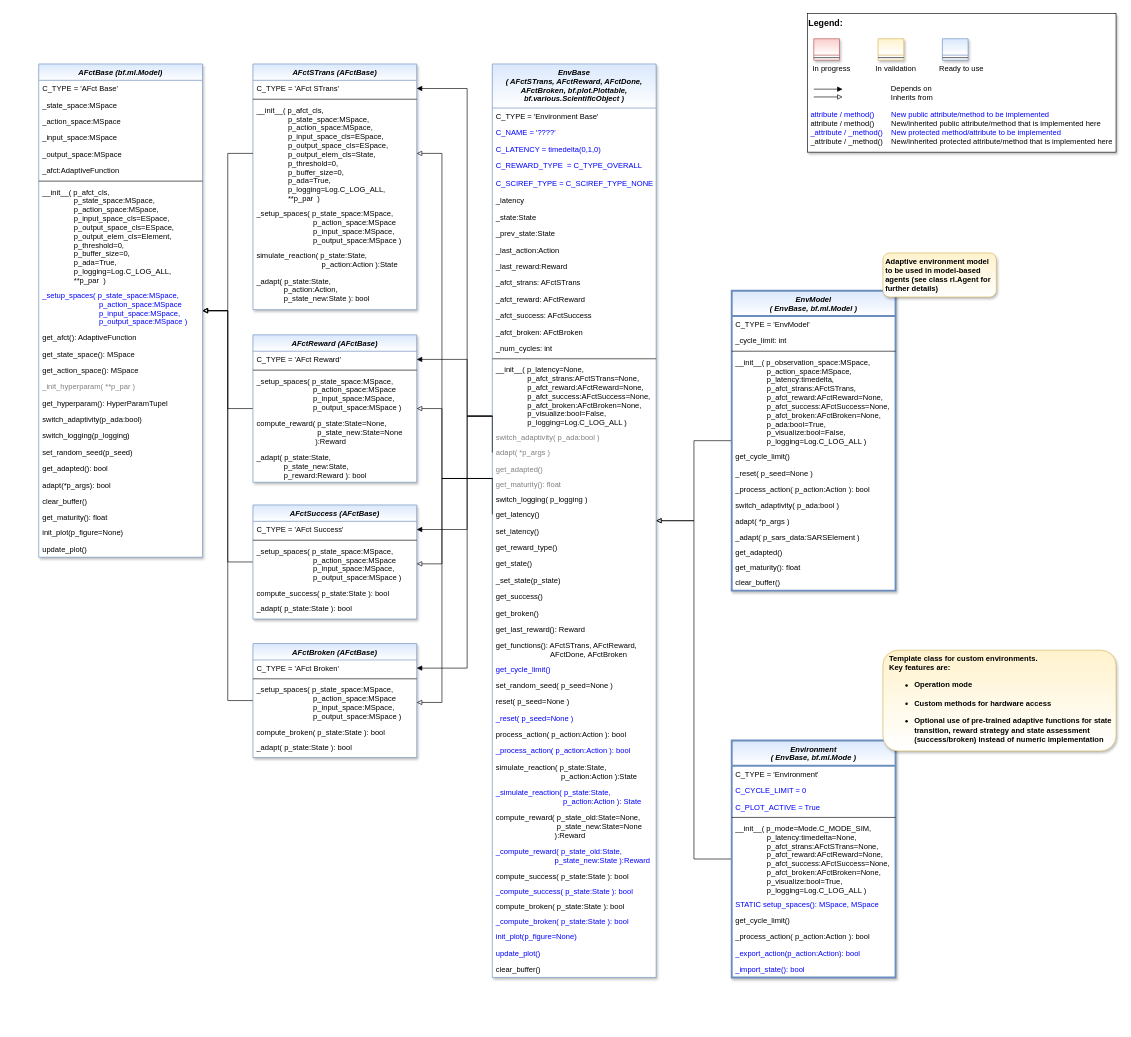
The draw.io diagram doc/rtd/content/append2/core/images/rl/02_environments/MLPro-RL-Env_class_diagram.drawio in fhswf/MLPro, before the edit. Source tidied: cells renumbered, new cells numbered last; positions are measured from the earlier drawing's top-left corner, leaving out a move shared by most shapes. Both pictures are drawn from the tidied source at 63%, with x=0, y=0 at pixel (38, 13).
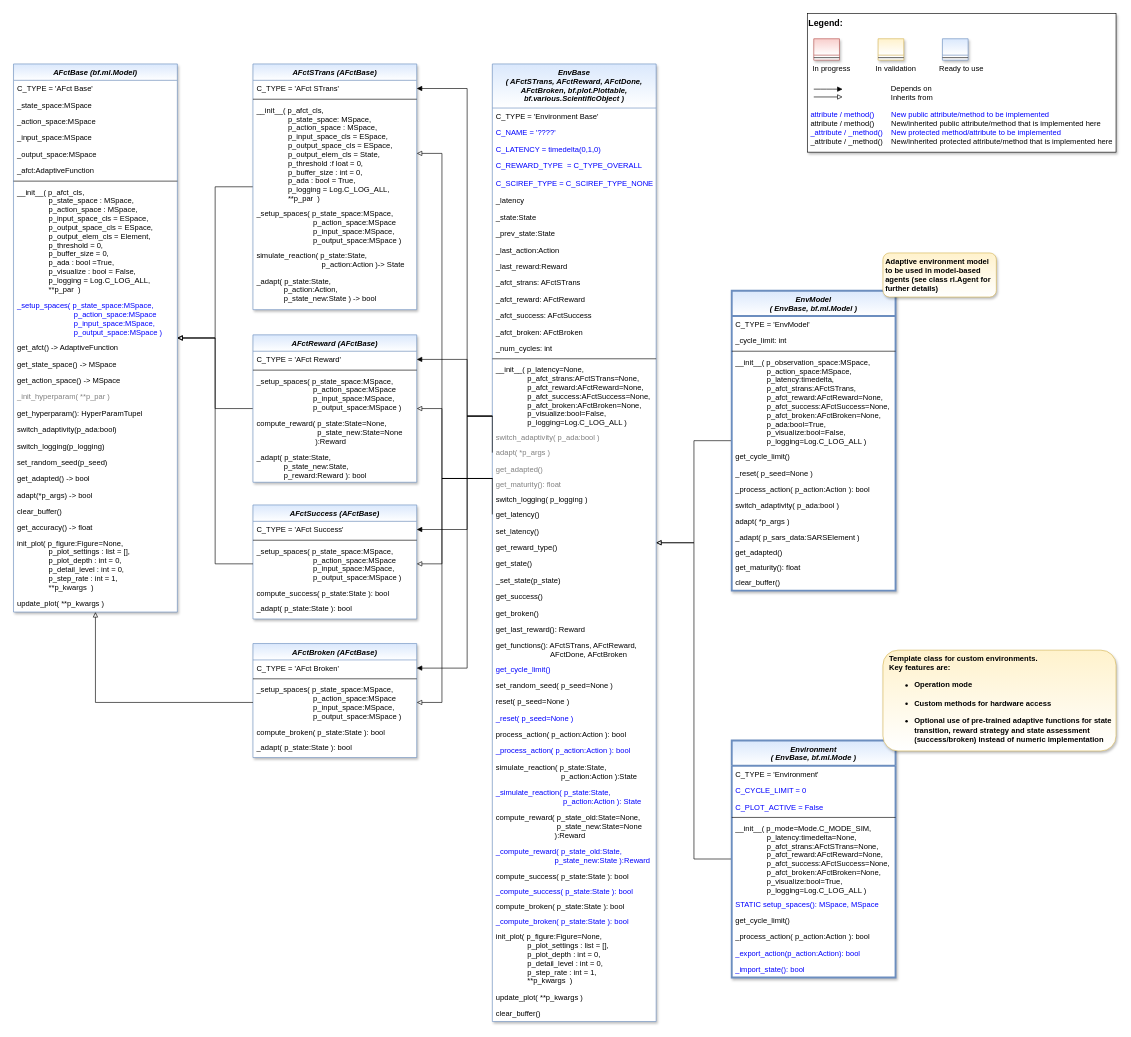
After the change.

Unchanged cells that the change refers to:
```xml
<mxCell id="3" value="Environment &#10;( EnvBase, bf.ml.Mode )" style="swimlane;fontStyle=3;align=center;verticalAlign=top;horizontal=1;startSize=40;rounded=0;shadow=1;strokeWidth=3;fillColor=#dae8fc;strokeColor=#6c8ebf;gradientColor=#ffffff;swimlaneFillColor=#ffffff;" parent="1" vertex="1">
  <mxGeometry x="1100" y="1154" width="260" height="376" as="geometry" />
</mxCell>
<mxCell id="71" value="AFctSuccess (AFctBase)" style="swimlane;fontStyle=3;align=center;verticalAlign=top;horizontal=1;startSize=26;rounded=0;shadow=1;strokeWidth=1;fillColor=#dae8fc;strokeColor=#6c8ebf;gradientColor=#ffffff;swimlaneFillColor=#ffffff;" parent="1" vertex="1">
  <mxGeometry x="340" y="780" width="260" height="181" as="geometry" />
</mxCell>
<mxCell id="74" value="_setup_spaces( p_state_space:MSpace,&#10;                           p_action_space:MSpace&#10;                           p_input_space:MSpace,&#10;                           p_output_space:MSpace )" style="text;align=left;verticalAlign=top;spacingLeft=4;spacingRight=4;overflow=hidden;points=[[0,0.5],[1,0.5]];portConstraint=eastwest;" parent="71" vertex="1">
  <mxGeometry y="60" width="260" height="67" as="geometry" />
</mxCell>
<mxCell id="78" value="AFctBroken (AFctBase)" style="swimlane;fontStyle=3;align=center;verticalAlign=top;horizontal=1;startSize=26;rounded=0;shadow=1;strokeWidth=1;fillColor=#dae8fc;strokeColor=#6c8ebf;gradientColor=#ffffff;swimlaneFillColor=#ffffff;" parent="1" vertex="1">
  <mxGeometry x="340" y="1000" width="260" height="181" as="geometry" />
</mxCell>
<mxCell id="81" value="_setup_spaces( p_state_space:MSpace,&#10;                           p_action_space:MSpace&#10;                           p_input_space:MSpace,&#10;                           p_output_space:MSpace )" style="text;align=left;verticalAlign=top;spacingLeft=4;spacingRight=4;overflow=hidden;points=[[0,0.5],[1,0.5]];portConstraint=eastwest;" parent="78" vertex="1">
  <mxGeometry y="60" width="260" height="67" as="geometry" />
</mxCell>
<mxCell id="84" value="AFctSTrans (AFctBase)" style="swimlane;fontStyle=3;align=center;verticalAlign=top;horizontal=1;startSize=26;rounded=0;shadow=1;strokeWidth=1;fillColor=#dae8fc;strokeColor=#6c8ebf;gradientColor=#ffffff;swimlaneFillColor=#ffffff;" parent="1" vertex="1">
  <mxGeometry x="340" y="80" width="260" height="390" as="geometry" />
</mxCell>
```

What changed in the source:
```diff
@@
-    <mxCell id="6" value="C_PLOT_ACTIVE = True" style="text;align=left;verticalAlign=top;spacingLeft=4;spacingRight=4;overflow=hidden;fontColor=#0000FF;" parent="3" vertex="1">
+    <mxCell id="6" value="C_PLOT_ACTIVE = False" style="text;align=left;verticalAlign=top;spacingLeft=4;spacingRight=4;overflow=hidden;fontColor=#0000FF;" parent="3" vertex="1">
       <mxGeometry y="92" width="260" height="26" as="geometry" />
     </mxCell>
@@
     <mxCell id="14" value="EnvBase &#10;( AFctSTrans, AFctReward, AFctDone, &#10;AFctBroken, bf.plot.Plottable, &#10;bf.various.ScientificObject )" style="swimlane;fontStyle=3;align=center;verticalAlign=top;horizontal=1;startSize=70;rounded=0;shadow=1;strokeWidth=1;fillColor=#dae8fc;strokeColor=#6c8ebf;gradientColor=#ffffff;swimlaneFillColor=#ffffff;" parent="1" vertex="1">
-      <mxGeometry x="720" y="80" width="260" height="1450" as="geometry" />
+      <mxGeometry x="720" y="80" width="260" height="1520" as="geometry" />
     </mxCell>
@@
-    <mxCell id="60" value="init_plot(p_figure=None)" style="text;align=left;verticalAlign=top;spacingLeft=4;spacingRight=4;overflow=hidden;fontColor=#0000FF;" parent="14" vertex="1">
-      <mxGeometry y="1372" width="260" height="26" as="geometry" />
-    </mxCell>
-    <mxCell id="61" value="update_plot()" style="text;align=left;verticalAlign=top;spacingLeft=4;spacingRight=4;overflow=hidden;fontColor=#0000FF;" parent="14" vertex="1">
-      <mxGeometry y="1398" width="260" height="26" as="geometry" />
-    </mxCell>
+    <mxCell id="151" value="init_plot( p_figure:Figure=None, &#10;               p_plot_settings : list = [],&#10;               p_plot_depth : int = 0,&#10;               p_detail_level : int = 0,&#10;               p_step_rate : int = 1,&#10;               **p_kwargs  )" style="text;align=left;verticalAlign=top;spacingLeft=4;spacingRight=4;overflow=hidden;fontColor=default;" parent="14" vertex="1">
+      <mxGeometry y="1372" width="260" height="96" as="geometry" />
+    </mxCell>
+    <mxCell id="152" value="update_plot( **p_kwargs )" style="text;align=left;verticalAlign=top;spacingLeft=4;spacingRight=4;overflow=hidden;" parent="14" vertex="1">
+      <mxGeometry y="1468" width="260" height="26" as="geometry" />
+    </mxCell>
     <mxCell id="62" value="clear_buffer()" style="text;align=left;verticalAlign=top;spacingLeft=4;spacingRight=4;overflow=hidden;" parent="14" vertex="1">
-      <mxGeometry y="1424" width="260" height="26" as="geometry" />
+      <mxGeometry y="1494" width="260" height="26" as="geometry" />
     </mxCell>
@@
-    <mxCell id="70" style="edgeStyle=orthogonalEdgeStyle;rounded=0;jettySize=auto;html=1;endArrow=block;endFill=0;" parent="1" edge="1" source="71" target="91">
-      <mxGeometry relative="1" as="geometry" />
-    </mxCell>
@@
-    <mxCell id="77" style="edgeStyle=orthogonalEdgeStyle;rounded=0;jettySize=auto;html=1;endArrow=block;endFill=0;" parent="1" edge="1" source="78">
-      <mxGeometry relative="1" as="geometry">
-        <mxPoint x="260" y="472" as="targetPoint" />
-        <Array as="points">
-          <mxPoint x="300" y="1091" />
-          <mxPoint x="300" y="472" />
-        </Array>
-      </mxGeometry>
-    </mxCell>
@@
+    <mxCell id="153" style="edgeStyle=orthogonalEdgeStyle;rounded=0;jettySize=auto;html=1;endArrow=block;endFill=0;" parent="1" edge="1" source="84" target="91">
+      <mxGeometry relative="1" as="geometry" />
+    </mxCell>
@@
-    <mxCell id="87" value="__init__( p_afct_cls,&#10;               p_state_space:MSpace,&#10;               p_action_space:MSpace,&#10;               p_input_space_cls=ESpace,&#10;               p_output_space_cls=ESpace,&#10;               p_output_elem_cls=State,&#10;               p_threshold=0,&#10;               p_buffer_size=0,&#10;               p_ada=True, &#10;               p_logging=Log.C_LOG_ALL,&#10;               **p_par  )" style="text;align=left;verticalAlign=top;spacingLeft=4;spacingRight=4;overflow=hidden;points=[[0,0.5],[1,0.5]];portConstraint=eastwest;" parent="84" vertex="1">
+    <mxCell id="87" value="__init__( p_afct_cls,&#10;               p_state_space: MSpace,&#10;               p_action_space : MSpace,&#10;               p_input_space_cls = ESpace,&#10;               p_output_space_cls = ESpace,&#10;               p_output_elem_cls = State,&#10;               p_threshold :f loat = 0,&#10;               p_buffer_size : int = 0,&#10;               p_ada : bool = True, &#10;               p_logging = Log.C_LOG_ALL,&#10;               **p_par  )" style="text;align=left;verticalAlign=top;spacingLeft=4;spacingRight=4;overflow=hidden;points=[[0,0.5],[1,0.5]];portConstraint=eastwest;" parent="84" vertex="1">
       <mxGeometry y="60" width="260" height="164" as="geometry" />
     </mxCell>
@@
-    <mxCell id="89" value="simulate_reaction( p_state:State, &#10;                               p_action:Action ):State" style="text;align=left;verticalAlign=top;spacingLeft=4;spacingRight=4;overflow=hidden;" parent="84" vertex="1">
+    <mxCell id="89" value="simulate_reaction( p_state:State, &#10;                               p_action:Action )-&gt; State" style="text;align=left;verticalAlign=top;spacingLeft=4;spacingRight=4;overflow=hidden;" parent="84" vertex="1">
       <mxGeometry y="291" width="260" height="40" as="geometry" />
     </mxCell>
-    <mxCell id="90" value="_adapt( p_state:State, &#10;             p_action:Action,&#10;             p_state_new:State ): bool" style="text;align=left;verticalAlign=top;spacingLeft=4;spacingRight=4;overflow=hidden;" parent="84" vertex="1">
+    <mxCell id="90" value="_adapt( p_state:State, &#10;             p_action:Action,&#10;             p_state_new:State ) -&gt; bool" style="text;align=left;verticalAlign=top;spacingLeft=4;spacingRight=4;overflow=hidden;" parent="84" vertex="1">
       <mxGeometry y="331" width="260" height="54" as="geometry" />
     </mxCell>
     <mxCell id="91" value="AFctBase (bf.ml.Model)" style="swimlane;fontStyle=3;align=center;verticalAlign=top;horizontal=1;startSize=26;rounded=0;shadow=1;strokeWidth=1;fillColor=#dae8fc;strokeColor=#6c8ebf;gradientColor=#ffffff;swimlaneFillColor=#ffffff;" parent="1" vertex="1">
-      <mxGeometry y="80" width="260" height="783" as="geometry" />
+      <mxGeometry x="-40" y="80" width="260" height="870" as="geometry" />
     </mxCell>
@@
-    <mxCell id="99" value="__init__( p_afct_cls,&#10;               p_state_space:MSpace,&#10;               p_action_space:MSpace,&#10;               p_input_space_cls=ESpace,&#10;               p_output_space_cls=ESpace,&#10;               p_output_elem_cls=Element,&#10;               p_threshold=0,&#10;               p_buffer_size=0,&#10;               p_ada=True, &#10;               p_logging=Log.C_LOG_ALL,&#10;               **p_par  )" style="text;align=left;verticalAlign=top;spacingLeft=4;spacingRight=4;overflow=hidden;" parent="91" vertex="1">
-      <mxGeometry y="190" width="260" height="164" as="geometry" />
+    <mxCell id="99" value="__init__( p_afct_cls,&#10;               p_state_space : MSpace,&#10;               p_action_space : MSpace,&#10;               p_input_space_cls = ESpace,&#10;               p_output_space_cls = ESpace,&#10;               p_output_elem_cls = Element,&#10;               p_threshold = 0,&#10;               p_buffer_size = 0,&#10;               p_ada : bool =True, &#10;               p_visualize : bool = False,&#10;               p_logging = Log.C_LOG_ALL,&#10;               **p_par  )" style="text;align=left;verticalAlign=top;spacingLeft=4;spacingRight=4;overflow=hidden;" parent="91" vertex="1">
+      <mxGeometry y="190" width="260" height="180" as="geometry" />
     </mxCell>
     <mxCell id="100" value="_setup_spaces( p_state_space:MSpace,&#10;                           p_action_space:MSpace&#10;                           p_input_space:MSpace,&#10;                           p_output_space:MSpace )" style="text;align=left;verticalAlign=top;spacingLeft=4;spacingRight=4;overflow=hidden;fontColor=#0000FF;" parent="91" vertex="1">
-      <mxGeometry y="354" width="260" height="67" as="geometry" />
+      <mxGeometry y="370" width="260" height="67" as="geometry" />
     </mxCell>
-    <mxCell id="101" value="get_afct(): AdaptiveFunction" style="text;align=left;verticalAlign=top;spacingLeft=4;spacingRight=4;overflow=hidden;" parent="91" vertex="1">
-      <mxGeometry y="421" width="260" height="26" as="geometry" />
+    <mxCell id="101" value="get_afct() -&gt; AdaptiveFunction" style="text;align=left;verticalAlign=top;spacingLeft=4;spacingRight=4;overflow=hidden;" parent="91" vertex="1">
+      <mxGeometry y="437" width="260" height="26" as="geometry" />
     </mxCell>
-    <mxCell id="102" value="get_state_space(): MSpace" style="text;align=left;verticalAlign=top;spacingLeft=4;spacingRight=4;overflow=hidden;" parent="91" vertex="1">
-      <mxGeometry y="447" width="260" height="26" as="geometry" />
+    <mxCell id="102" value="get_state_space() -&gt; MSpace" style="text;align=left;verticalAlign=top;spacingLeft=4;spacingRight=4;overflow=hidden;" parent="91" vertex="1">
+      <mxGeometry y="463" width="260" height="26" as="geometry" />
     </mxCell>
-    <mxCell id="103" value="get_action_space(): MSpace" style="text;align=left;verticalAlign=top;spacingLeft=4;spacingRight=4;overflow=hidden;" parent="91" vertex="1">
-      <mxGeometry y="473" width="260" height="26" as="geometry" />
+    <mxCell id="103" value="get_action_space() -&gt; MSpace" style="text;align=left;verticalAlign=top;spacingLeft=4;spacingRight=4;overflow=hidden;" parent="91" vertex="1">
+      <mxGeometry y="489" width="260" height="26" as="geometry" />
     </mxCell>
     <mxCell id="104" value="_init_hyperparam( **p_par )" style="text;align=left;verticalAlign=top;spacingLeft=4;spacingRight=4;overflow=hidden;fontColor=#808080;" parent="91" vertex="1">
-      <mxGeometry y="499" width="260" height="26" as="geometry" />
+      <mxGeometry y="515" width="260" height="26" as="geometry" />
     </mxCell>
     <mxCell id="105" value="get_hyperparam(): HyperParamTupel" style="text;align=left;verticalAlign=top;spacingLeft=4;spacingRight=4;overflow=hidden;" parent="91" vertex="1">
-      <mxGeometry y="525" width="260" height="26" as="geometry" />
+      <mxGeometry y="541" width="260" height="26" as="geometry" />
     </mxCell>
     <mxCell id="106" value="switch_adaptivity(p_ada:bool)" style="text;align=left;verticalAlign=top;spacingLeft=4;spacingRight=4;overflow=hidden;" parent="91" vertex="1">
-      <mxGeometry y="551" width="260" height="26" as="geometry" />
+      <mxGeometry y="567" width="260" height="26" as="geometry" />
     </mxCell>
     <mxCell id="107" value="switch_logging(p_logging)" style="text;align=left;verticalAlign=top;spacingLeft=4;spacingRight=4;overflow=hidden;" parent="91" vertex="1">
-      <mxGeometry y="577" width="260" height="26" as="geometry" />
+      <mxGeometry y="593" width="260" height="26" as="geometry" />
     </mxCell>
     <mxCell id="108" value="set_random_seed(p_seed)" style="text;align=left;verticalAlign=top;spacingLeft=4;spacingRight=4;overflow=hidden;" parent="91" vertex="1">
-      <mxGeometry y="603" width="260" height="26" as="geometry" />
+      <mxGeometry y="619" width="260" height="26" as="geometry" />
     </mxCell>
-    <mxCell id="109" value="get_adapted(): bool" style="text;align=left;verticalAlign=top;spacingLeft=4;spacingRight=4;overflow=hidden;" parent="91" vertex="1">
-      <mxGeometry y="629" width="260" height="26" as="geometry" />
+    <mxCell id="109" value="get_adapted() -&gt; bool" style="text;align=left;verticalAlign=top;spacingLeft=4;spacingRight=4;overflow=hidden;" parent="91" vertex="1">
+      <mxGeometry y="645" width="260" height="26" as="geometry" />
     </mxCell>
-    <mxCell id="110" value="adapt(*p_args): bool" style="text;align=left;verticalAlign=top;spacingLeft=4;spacingRight=4;overflow=hidden;" parent="91" vertex="1">
-      <mxGeometry y="655" width="260" height="26" as="geometry" />
+    <mxCell id="110" value="adapt(*p_args) -&gt; bool" style="text;align=left;verticalAlign=top;spacingLeft=4;spacingRight=4;overflow=hidden;" parent="91" vertex="1">
+      <mxGeometry y="671" width="260" height="26" as="geometry" />
     </mxCell>
     <mxCell id="111" value="clear_buffer()" style="text;align=left;verticalAlign=top;spacingLeft=4;spacingRight=4;overflow=hidden;" parent="91" vertex="1">
-      <mxGeometry y="681" width="260" height="26" as="geometry" />
+      <mxGeometry y="697" width="260" height="26" as="geometry" />
     </mxCell>
-    <mxCell id="112" value="get_maturity(): float" style="text;align=left;verticalAlign=top;spacingLeft=4;spacingRight=4;overflow=hidden;" parent="91" vertex="1">
-      <mxGeometry y="707" width="260" height="24" as="geometry" />
+    <mxCell id="112" value="get_accuracy() -&gt; float" style="text;align=left;verticalAlign=top;spacingLeft=4;spacingRight=4;overflow=hidden;" parent="91" vertex="1">
+      <mxGeometry y="723" width="260" height="24" as="geometry" />
     </mxCell>
-    <mxCell id="113" value="init_plot(p_figure=None)" style="text;align=left;verticalAlign=top;spacingLeft=4;spacingRight=4;overflow=hidden;" parent="91" vertex="1">
-      <mxGeometry y="731" width="260" height="26" as="geometry" />
-    </mxCell>
+    <mxCell id="154" value="init_plot( p_figure:Figure=None, &#10;               p_plot_settings : list = [],&#10;               p_plot_depth : int = 0,&#10;               p_detail_level : int = 0,&#10;               p_step_rate : int = 1,&#10;               **p_kwargs  )" style="text;align=left;verticalAlign=top;spacingLeft=4;spacingRight=4;overflow=hidden;fontColor=default;" parent="91" vertex="1">
+      <mxGeometry y="747" width="260" height="96" as="geometry" />
+    </mxCell>
-    <mxCell id="114" value="update_plot()" style="text;align=left;verticalAlign=top;spacingLeft=4;spacingRight=4;overflow=hidden;" parent="91" vertex="1">
-      <mxGeometry y="757" width="260" height="26" as="geometry" />
+    <mxCell id="114" value="update_plot( **p_kwargs )" style="text;align=left;verticalAlign=top;spacingLeft=4;spacingRight=4;overflow=hidden;" parent="91" vertex="1">
+      <mxGeometry y="843" width="260" height="26" as="geometry" />
     </mxCell>
-    <mxCell id="115" style="edgeStyle=orthogonalEdgeStyle;rounded=0;jettySize=auto;html=1;endArrow=block;endFill=0;" parent="1" edge="1" source="87" target="91">
-      <mxGeometry relative="1" as="geometry" />
-    </mxCell>
@@
+    <mxCell id="155" style="edgeStyle=orthogonalEdgeStyle;rounded=0;jettySize=auto;html=1;endArrow=block;endFill=0;" parent="1" edge="1" source="74" target="91">
+      <mxGeometry relative="1" as="geometry" />
+    </mxCell>
+    <mxCell id="156" style="edgeStyle=orthogonalEdgeStyle;rounded=0;jettySize=auto;html=1;endArrow=block;endFill=0;" parent="1" edge="1" source="81" target="91">
+      <mxGeometry relative="1" as="geometry" />
+    </mxCell>
```
